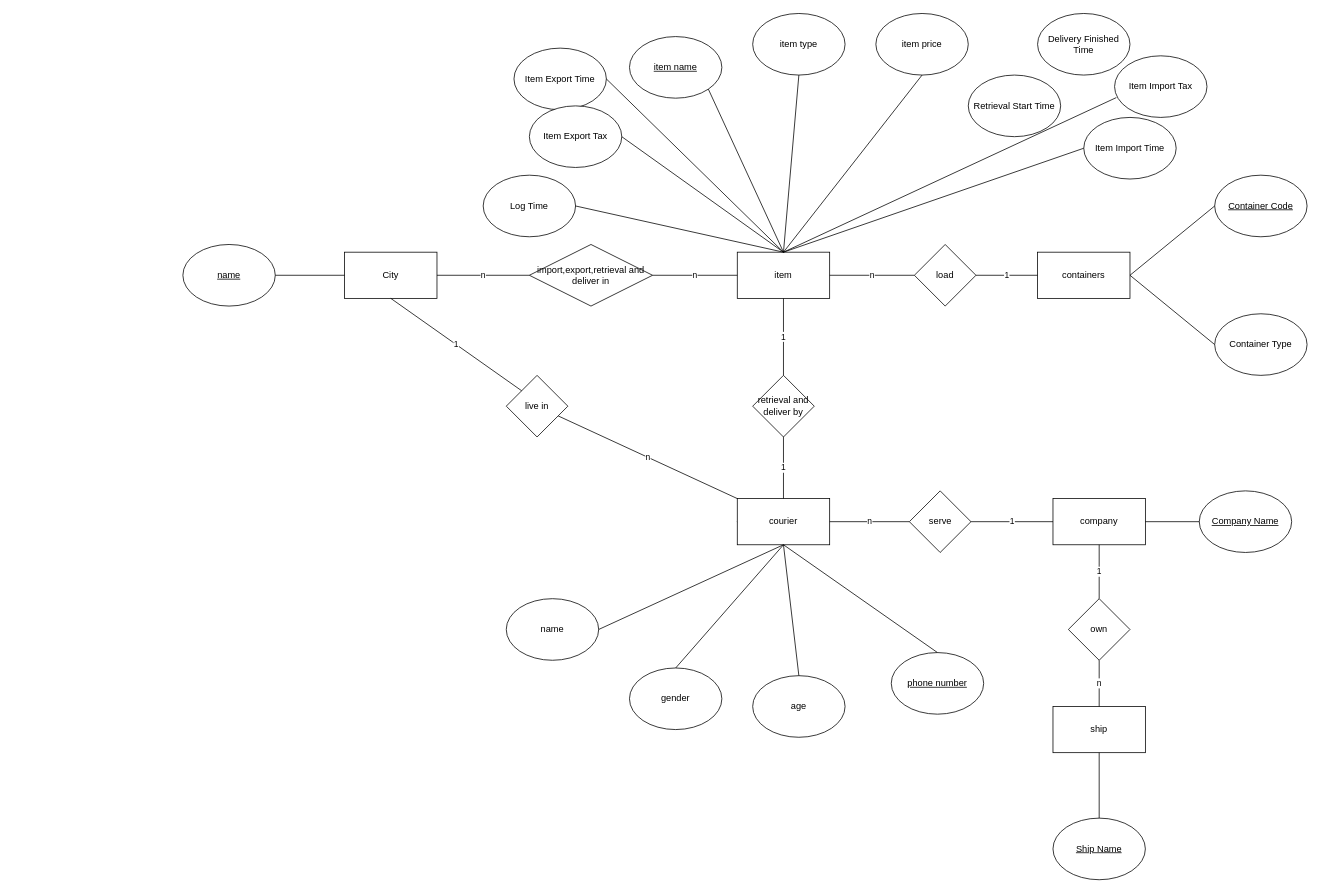
lnsxy/CS307_project1 keeps this draw.io diagram as er.drawio. Above is the earlier version. Source tidied: cells renumbered, new cells numbered last; positions are measured from the earlier drawing's top-left corner, leaving out a move shared by most shapes. Both pictures are drawn from the tidied source at 77%, with x=0, y=0 at pixel (182, 13).
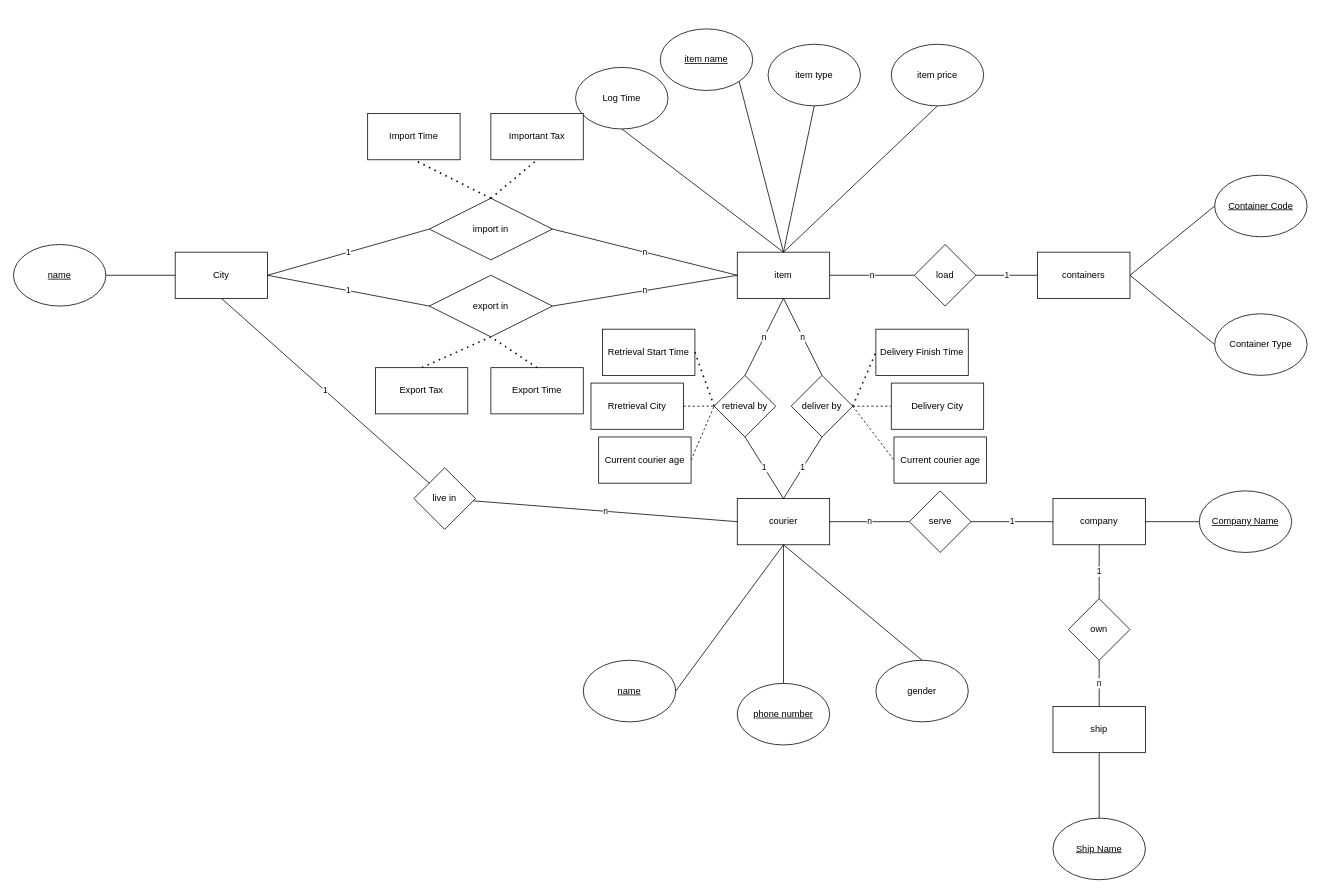
Above is the later version.

The change refers to these unchanged cells:
```xml
<mxCell id="2" value="item" style="rounded=0;whiteSpace=wrap;html=1;" parent="1" vertex="1">
  <mxGeometry x="720" y="310" width="120" height="60" as="geometry" />
</mxCell>
<mxCell id="10" value="courier" style="rounded=0;whiteSpace=wrap;html=1;" parent="1" vertex="1">
  <mxGeometry x="720" y="630" width="120" height="60" as="geometry" />
</mxCell>
```

The edit, as a diff of the source:
```diff
@@
     <mxCell id="3" value="item name" style="ellipse;whiteSpace=wrap;html=1;fontStyle=4;" parent="1" vertex="1">
-      <mxGeometry x="580" y="30" width="120" height="80" as="geometry" />
+      <mxGeometry x="620" y="20" width="120" height="80" as="geometry" />
     </mxCell>
@@
     <mxCell id="5" value="item type" style="ellipse;whiteSpace=wrap;html=1;" parent="1" vertex="1">
-      <mxGeometry x="740" width="120" height="80" as="geometry" />
+      <mxGeometry x="760" y="40" width="120" height="80" as="geometry" />
     </mxCell>
@@
     <mxCell id="7" value="item price" style="ellipse;whiteSpace=wrap;html=1;" parent="1" vertex="1">
-      <mxGeometry x="900" width="120" height="80" as="geometry" />
+      <mxGeometry x="920" y="40" width="120" height="80" as="geometry" />
     </mxCell>
@@
-    <mxCell id="14" value="&#10;&#10;Retrieval Start Time&#10;&#10;" style="ellipse;whiteSpace=wrap;html=1;" parent="1" vertex="1">
-      <mxGeometry x="1020" y="80" width="120" height="80" as="geometry" />
-    </mxCell>
-    <mxCell id="15" value="name" style="ellipse;whiteSpace=wrap;html=1;" parent="1" vertex="1">
-      <mxGeometry x="420" y="760" width="120" height="80" as="geometry" />
+    <mxCell id="15" value="&lt;u&gt;name&lt;/u&gt;" style="ellipse;whiteSpace=wrap;html=1;" parent="1" vertex="1">
+      <mxGeometry x="520" y="840" width="120" height="80" as="geometry" />
     </mxCell>
     <mxCell id="16" value="gender" style="ellipse;whiteSpace=wrap;html=1;" parent="1" vertex="1">
-      <mxGeometry x="580" y="850" width="120" height="80" as="geometry" />
+      <mxGeometry x="900" y="840" width="120" height="80" as="geometry" />
     </mxCell>
-    <mxCell id="17" value="age" style="ellipse;whiteSpace=wrap;html=1;" parent="1" vertex="1">
-      <mxGeometry x="740" y="860" width="120" height="80" as="geometry" />
-    </mxCell>
     <mxCell id="18" value="phone number" style="ellipse;whiteSpace=wrap;html=1;fontStyle=4;" parent="1" vertex="1">
-      <mxGeometry x="920" y="830" width="120" height="80" as="geometry" />
+      <mxGeometry x="720" y="870" width="120" height="80" as="geometry" />
     </mxCell>
@@
-    <mxCell id="22" style="endArrow=none;html=1;exitX=0.5;exitY=0;exitDx=0;exitDy=0;entryX=0.5;entryY=1;entryDx=0;entryDy=0;" parent="1" edge="1" source="17" target="10">
-      <mxGeometry relative="1" as="geometry" />
-    </mxCell>
-    <mxCell id="23" value="Delivery Finished Time" style="ellipse;whiteSpace=wrap;html=1;" parent="1" vertex="1">
-      <mxGeometry x="1110" width="120" height="80" as="geometry" />
-    </mxCell>
-    <mxCell id="24" value="Item Import Time" style="ellipse;whiteSpace=wrap;html=1;" parent="1" vertex="1">
-      <mxGeometry x="1170" y="135" width="120" height="80" as="geometry" />
-    </mxCell>
-    <mxCell id="25" value="Item Import Tax" style="ellipse;whiteSpace=wrap;html=1;" parent="1" vertex="1">
-      <mxGeometry x="1210" y="55" width="120" height="80" as="geometry" />
-    </mxCell>
-    <mxCell id="26" value="Item Export Time" style="ellipse;whiteSpace=wrap;html=1;" parent="1" vertex="1">
-      <mxGeometry x="430" y="45" width="120" height="80" as="geometry" />
-    </mxCell>
-    <mxCell id="27" value="Item Export Tax" style="ellipse;whiteSpace=wrap;html=1;" parent="1" vertex="1">
-      <mxGeometry x="450" y="120" width="120" height="80" as="geometry" />
-    </mxCell>
@@
     <mxCell id="34" value="Log Time" style="ellipse;whiteSpace=wrap;html=1;" parent="1" vertex="1">
-      <mxGeometry x="390" y="210" width="120" height="80" as="geometry" />
+      <mxGeometry x="510" y="70" width="120" height="80" as="geometry" />
     </mxCell>
@@
     <mxCell id="42" value="City" style="rounded=0;whiteSpace=wrap;html=1;" parent="1" vertex="1">
-      <mxGeometry x="210" y="310" width="120" height="60" as="geometry" />
+      <mxGeometry x="-10" y="310" width="120" height="60" as="geometry" />
     </mxCell>
-    <mxCell id="43" value="retrieval and deliver by" style="rhombus;whiteSpace=wrap;html=1;" parent="1" vertex="1">
-      <mxGeometry x="740" y="470" width="80" height="80" as="geometry" />
+    <mxCell id="43" value="retrieval by" style="rhombus;whiteSpace=wrap;html=1;" parent="1" vertex="1">
+      <mxGeometry x="690" y="470" width="80" height="80" as="geometry" />
     </mxCell>
-    <mxCell id="44" value="1" style="endArrow=none;html=1;exitX=0.5;exitY=0;exitDx=0;exitDy=0;entryX=0.5;entryY=1;entryDx=0;entryDy=0;" parent="1" edge="1" source="43" target="2">
+    <mxCell id="44" value="n" style="endArrow=none;html=1;exitX=0.5;exitY=0;exitDx=0;exitDy=0;entryX=0.5;entryY=1;entryDx=0;entryDy=0;" parent="1" edge="1" source="43" target="2">
       <mxGeometry relative="1" as="geometry" />
     </mxCell>
@@
-    <mxCell id="49" style="endArrow=none;html=1;exitX=1;exitY=0.5;exitDx=0;exitDy=0;entryX=0.5;entryY=0;entryDx=0;entryDy=0;" parent="1" edge="1" source="26" target="2">
-      <mxGeometry relative="1" as="geometry" />
-    </mxCell>
-    <mxCell id="50" style="endArrow=none;html=1;exitX=0;exitY=0.5;exitDx=0;exitDy=0;" parent="1" edge="1" source="24">
-      <mxGeometry relative="1" as="geometry">
-        <mxPoint x="780" y="310" as="targetPoint" />
-      </mxGeometry>
-    </mxCell>
-    <mxCell id="51" style="endArrow=none;html=1;exitX=0.5;exitY=0;exitDx=0;exitDy=0;entryX=0.019;entryY=0.678;entryDx=0;entryDy=0;entryPerimeter=0;" parent="1" edge="1" source="2" target="25">
-      <mxGeometry relative="1" as="geometry" />
-    </mxCell>
-    <mxCell id="52" style="endArrow=none;html=1;exitX=1;exitY=0.5;exitDx=0;exitDy=0;" parent="1" edge="1" source="27">
-      <mxGeometry relative="1" as="geometry">
-        <mxPoint x="780" y="310" as="targetPoint" />
-      </mxGeometry>
-    </mxCell>
-    <mxCell id="53" value="import,export,retrieval and deliver in" style="rhombus;whiteSpace=wrap;html=1;" parent="1" vertex="1">
-      <mxGeometry x="450" y="300" width="160" height="80" as="geometry" />
+    <mxCell id="53" value="import in" style="rhombus;whiteSpace=wrap;html=1;" parent="1" vertex="1">
+      <mxGeometry x="320" y="240" width="160" height="80" as="geometry" />
     </mxCell>
@@
-    <mxCell id="55" value="n" style="endArrow=none;html=1;exitX=1;exitY=0.5;exitDx=0;exitDy=0;entryX=0;entryY=0.5;entryDx=0;entryDy=0;" parent="1" edge="1" source="42" target="53">
+    <mxCell id="55" value="1" style="endArrow=none;html=1;exitX=1;exitY=0.5;exitDx=0;exitDy=0;entryX=0;entryY=0.5;entryDx=0;entryDy=0;" parent="1" edge="1" source="42" target="53">
       <mxGeometry relative="1" as="geometry" />
     </mxCell>
-    <mxCell id="56" value="n" style="endArrow=none;html=1;exitX=0;exitY=0;exitDx=0;exitDy=0;" parent="1" edge="1" source="10" target="57">
+    <mxCell id="56" value="n" style="endArrow=none;html=1;exitX=0;exitY=0.5;exitDx=0;exitDy=0;" parent="1" edge="1" source="10" target="57">
       <mxGeometry relative="1" as="geometry" />
     </mxCell>
     <mxCell id="57" value="live in" style="rhombus;whiteSpace=wrap;html=1;" parent="1" vertex="1">
-      <mxGeometry x="420" y="470" width="80" height="80" as="geometry" />
+      <mxGeometry x="300" y="590" width="80" height="80" as="geometry" />
     </mxCell>
@@
-    <mxCell id="59" style="endArrow=none;html=1;exitX=1;exitY=0.5;exitDx=0;exitDy=0;entryX=0.5;entryY=0;entryDx=0;entryDy=0;" parent="1" edge="1" source="34" target="2">
+    <mxCell id="59" style="endArrow=none;html=1;exitX=0.5;exitY=1;exitDx=0;exitDy=0;entryX=0.5;entryY=0;entryDx=0;entryDy=0;" parent="1" edge="1" source="34" target="2">
       <mxGeometry relative="1" as="geometry" />
     </mxCell>
@@
     <mxCell id="61" value="name" style="ellipse;whiteSpace=wrap;html=1;fontStyle=4;" parent="1" vertex="1">
-      <mxGeometry y="300" width="120" height="80" as="geometry" />
+      <mxGeometry x="-220" y="300" width="120" height="80" as="geometry" />
     </mxCell>
@@
+    <mxCell id="14" value="Retrieval Start Time" style="rounded=0;whiteSpace=wrap;html=1;" parent="1" vertex="1">
+      <mxGeometry x="545" y="410" width="120" height="60" as="geometry" />
+    </mxCell>
+    <mxCell id="63" style="endArrow=none;dashed=1;html=1;dashPattern=1 3;strokeWidth=2;exitX=1;exitY=0.5;exitDx=0;exitDy=0;entryX=0;entryY=0.5;entryDx=0;entryDy=0;" parent="1" edge="1" source="14" target="43">
+      <mxGeometry relative="1" as="geometry" />
+    </mxCell>
+    <mxCell id="64" value="Delivery Finish Time" style="rounded=0;whiteSpace=wrap;html=1;" parent="1" vertex="1">
+      <mxGeometry x="900" y="410" width="120" height="60" as="geometry" />
+    </mxCell>
+    <mxCell id="65" style="endArrow=none;dashed=1;html=1;dashPattern=1 3;strokeWidth=2;exitX=1;exitY=0.5;exitDx=0;exitDy=0;entryX=0;entryY=0.5;entryDx=0;entryDy=0;" parent="1" edge="1" source="77" target="64">
+      <mxGeometry relative="1" as="geometry" />
+    </mxCell>
+    <mxCell id="66" value="Import Time" style="rounded=0;whiteSpace=wrap;html=1;" parent="1" vertex="1">
+      <mxGeometry x="240" y="130" width="120" height="60" as="geometry" />
+    </mxCell>
+    <mxCell id="67" style="endArrow=none;dashed=1;html=1;dashPattern=1 3;strokeWidth=2;exitX=0.5;exitY=0;exitDx=0;exitDy=0;entryX=0.5;entryY=1;entryDx=0;entryDy=0;" parent="1" edge="1" source="53" target="66">
+      <mxGeometry relative="1" as="geometry" />
+    </mxCell>
+    <mxCell id="68" value="Export Time" style="rounded=0;whiteSpace=wrap;html=1;" parent="1" vertex="1">
+      <mxGeometry x="400" y="460" width="120" height="60" as="geometry" />
+    </mxCell>
+    <mxCell id="69" value="Important Tax" style="rounded=0;whiteSpace=wrap;html=1;" parent="1" vertex="1">
+      <mxGeometry x="400" y="130" width="120" height="60" as="geometry" />
+    </mxCell>
+    <mxCell id="70" style="endArrow=none;dashed=1;html=1;dashPattern=1 3;strokeWidth=2;exitX=0.5;exitY=0;exitDx=0;exitDy=0;entryX=0.5;entryY=1;entryDx=0;entryDy=0;" parent="1" edge="1" source="53" target="69">
+      <mxGeometry relative="1" as="geometry" />
+    </mxCell>
+    <mxCell id="71" style="endArrow=none;dashed=1;html=1;dashPattern=1 3;strokeWidth=2;entryX=0.5;entryY=0;entryDx=0;entryDy=0;exitX=0.5;exitY=1;exitDx=0;exitDy=0;" parent="1" edge="1" source="74" target="72">
+      <mxGeometry relative="1" as="geometry" />
+    </mxCell>
+    <mxCell id="72" value="Export Tax" style="rounded=0;whiteSpace=wrap;html=1;" parent="1" vertex="1">
+      <mxGeometry x="250" y="460" width="120" height="60" as="geometry" />
+    </mxCell>
+    <mxCell id="73" style="endArrow=none;dashed=1;html=1;dashPattern=1 3;strokeWidth=2;exitX=0.5;exitY=0;exitDx=0;exitDy=0;entryX=0.5;entryY=1;entryDx=0;entryDy=0;" parent="1" edge="1" source="68" target="74">
+      <mxGeometry relative="1" as="geometry" />
+    </mxCell>
+    <mxCell id="74" value="export in" style="rhombus;whiteSpace=wrap;html=1;" parent="1" vertex="1">
+      <mxGeometry x="320" y="340" width="160" height="80" as="geometry" />
+    </mxCell>
+    <mxCell id="75" value="1" style="endArrow=none;html=1;exitX=1;exitY=0.5;exitDx=0;exitDy=0;entryX=0;entryY=0.5;entryDx=0;entryDy=0;" parent="1" edge="1" source="42" target="74">
+      <mxGeometry relative="1" as="geometry" />
+    </mxCell>
+    <mxCell id="76" value="n" style="endArrow=none;html=1;entryX=0;entryY=0.5;entryDx=0;entryDy=0;exitX=1;exitY=0.5;exitDx=0;exitDy=0;" parent="1" edge="1" source="74" target="2">
+      <mxGeometry relative="1" as="geometry" />
+    </mxCell>
+    <mxCell id="77" value="deliver by" style="rhombus;whiteSpace=wrap;html=1;" parent="1" vertex="1">
+      <mxGeometry x="790" y="470" width="80" height="80" as="geometry" />
+    </mxCell>
+    <mxCell id="78" value="n" style="endArrow=none;html=1;entryX=0.5;entryY=1;entryDx=0;entryDy=0;exitX=0.5;exitY=0;exitDx=0;exitDy=0;" parent="1" edge="1" source="77" target="2">
+      <mxGeometry relative="1" as="geometry" />
+    </mxCell>
+    <mxCell id="79" value="1" style="endArrow=none;html=1;entryX=0.5;entryY=1;entryDx=0;entryDy=0;exitX=0.5;exitY=0;exitDx=0;exitDy=0;" parent="1" edge="1" source="10" target="77">
+      <mxGeometry relative="1" as="geometry" />
+    </mxCell>
+    <mxCell id="80" style="endArrow=none;dashed=1;html=1;entryX=0;entryY=0.5;entryDx=0;entryDy=0;exitX=1;exitY=0.5;exitDx=0;exitDy=0;" parent="1" edge="1" source="81" target="43">
+      <mxGeometry relative="1" as="geometry" />
+    </mxCell>
+    <mxCell id="81" value="Rretrieval City" style="rounded=0;whiteSpace=wrap;html=1;" parent="1" vertex="1">
+      <mxGeometry x="530" y="480" width="120" height="60" as="geometry" />
+    </mxCell>
+    <mxCell id="82" style="endArrow=none;dashed=1;html=1;exitX=1;exitY=0.5;exitDx=0;exitDy=0;entryX=0;entryY=0.5;entryDx=0;entryDy=0;" parent="1" edge="1" source="77" target="83">
+      <mxGeometry relative="1" as="geometry" />
+    </mxCell>
+    <mxCell id="83" value="Delivery City" style="rounded=0;whiteSpace=wrap;html=1;" parent="1" vertex="1">
+      <mxGeometry x="920" y="480" width="120" height="60" as="geometry" />
+    </mxCell>
+    <mxCell id="84" style="endArrow=none;dashed=1;html=1;entryX=0;entryY=0.5;entryDx=0;entryDy=0;exitX=1;exitY=0.5;exitDx=0;exitDy=0;" parent="1" edge="1" source="85" target="43">
+      <mxGeometry relative="1" as="geometry" />
+    </mxCell>
+    <mxCell id="85" value="Current courier age" style="rounded=0;whiteSpace=wrap;html=1;" parent="1" vertex="1">
+      <mxGeometry x="540" y="550" width="120" height="60" as="geometry" />
+    </mxCell>
+    <mxCell id="86" style="endArrow=none;dashed=1;html=1;entryX=0;entryY=0.5;entryDx=0;entryDy=0;" parent="1" edge="1" target="87">
+      <mxGeometry relative="1" as="geometry">
+        <mxPoint x="870" y="510" as="sourcePoint" />
+      </mxGeometry>
+    </mxCell>
+    <mxCell id="87" value="Current courier age" style="rounded=0;whiteSpace=wrap;html=1;" parent="1" vertex="1">
+      <mxGeometry x="923.5" y="550" width="120" height="60" as="geometry" />
+    </mxCell>
```
